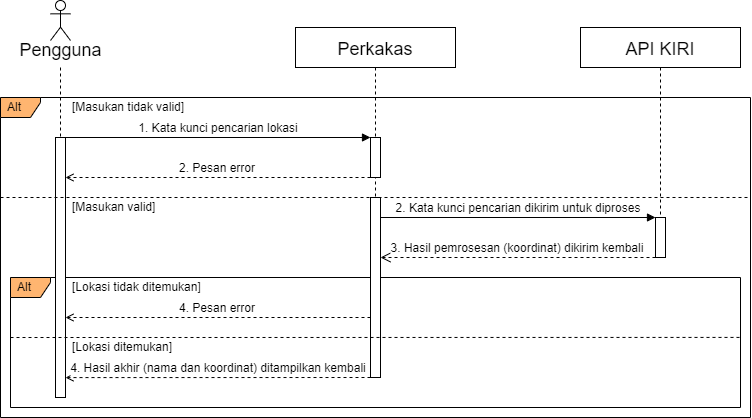
The draw.io diagram doc/DokumenSkripsi/Gambar/diagrams-sequence-searchplace.png in alfredapri/Skripsi, before a commit. Source tidied: cells renumbered, new cells last; positions are measured from the earlier drawing's top-left corner, leaving out a move shared by most shapes.
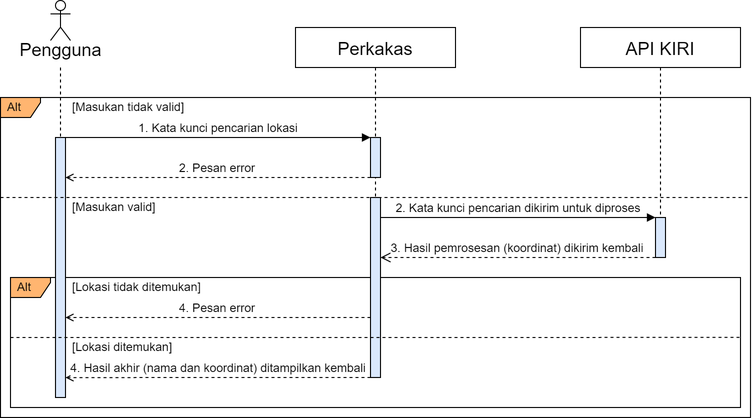
After the commit.

What changed in the source:
```diff
@@ -11,10 +11,10 @@
     <mxCell id="4" value="Perkakas" style="shape=umlLifeline;perimeter=lifelinePerimeter;rounded=0;shadow=0;strokeWidth=1;fontSize=18;verticalAlign=middle;" parent="1" vertex="1">
       <mxGeometry x="295" y="27" width="160" height="350" as="geometry" />
     </mxCell>
-    <mxCell id="5" style="perimeter=orthogonalPerimeter;rounded=0;shadow=0;strokeWidth=1;fillColor=default;" parent="4" vertex="1">
+    <mxCell id="5" style="perimeter=orthogonalPerimeter;rounded=0;shadow=0;strokeWidth=1;fillColor=#dae8fc;strokeColor=default;" parent="4" vertex="1">
       <mxGeometry x="75" y="170" width="10" height="180" as="geometry" />
     </mxCell>
-    <mxCell id="6" style="perimeter=orthogonalPerimeter;rounded=0;shadow=0;strokeWidth=1;fillColor=default;" parent="4" vertex="1">
+    <mxCell id="6" style="perimeter=orthogonalPerimeter;rounded=0;shadow=0;strokeWidth=1;fillColor=#dae8fc;strokeColor=default;" parent="4" vertex="1">
       <mxGeometry x="75" y="110" width="10" height="40" as="geometry" />
     </mxCell>
     <mxCell id="7" value="4. Hasil akhir (nama dan koordinat) ditampilkan kembali" style="verticalAlign=bottom;endArrow=open;shadow=0;strokeWidth=1;fontSize=12;endFill=0;dashed=1;exitX=0;exitY=1;exitDx=0;exitDy=0;exitPerimeter=0;fontStyle=0;entryX=1.002;entryY=0.917;entryDx=0;entryDy=0;entryPerimeter=0;" parent="4" edge="1">
@@ -32,7 +32,7 @@
     <mxCell id="9" value="API KIRI" style="shape=umlLifeline;perimeter=lifelinePerimeter;rounded=0;shadow=0;strokeWidth=1;fontSize=18;" parent="1" vertex="1">
       <mxGeometry x="580" y="27" width="160" height="230" as="geometry" />
     </mxCell>
-    <mxCell id="10" style="perimeter=orthogonalPerimeter;rounded=0;shadow=0;strokeWidth=1;" parent="9" vertex="1">
+    <mxCell id="10" style="perimeter=orthogonalPerimeter;rounded=0;shadow=0;strokeWidth=1;fillColor=#dae8fc;strokeColor=default;" parent="9" vertex="1">
       <mxGeometry x="75" y="190" width="10" height="40" as="geometry" />
     </mxCell>
     <mxCell id="11" value="2. Pesan error" style="verticalAlign=bottom;endArrow=open;shadow=0;strokeWidth=1;fontSize=12;endFill=0;dashed=1;entryX=0.999;entryY=0.125;entryDx=0;entryDy=0;entryPerimeter=0;fontStyle=0;" parent="1" edge="1">
@@ -49,7 +49,7 @@
     <mxCell id="13" value="&lt;font style=&quot;font-size: 18px;&quot;&gt;Pengguna&lt;/font&gt;" style="shape=umlActor;verticalLabelPosition=bottom;verticalAlign=top;html=1;spacing=-5;labelPosition=center;align=center;" parent="1" vertex="1">
       <mxGeometry x="50" width="20" height="40" as="geometry" />
     </mxCell>
-    <mxCell id="14" style="points=[];perimeter=orthogonalPerimeter;rounded=0;shadow=0;strokeWidth=1;" parent="1" vertex="1">
+    <mxCell id="14" style="points=[];perimeter=orthogonalPerimeter;rounded=0;shadow=0;strokeWidth=1;fillColor=#dae8fc;strokeColor=default;" parent="1" vertex="1">
       <mxGeometry x="55" y="137" width="10" height="260" as="geometry" />
     </mxCell>
     <mxCell id="15" value="1. Kata kunci pencarian lokasi" style="verticalAlign=bottom;startArrow=none;endArrow=block;startSize=8;shadow=0;strokeWidth=1;exitX=1;exitY=0;exitDx=0;exitDy=0;exitPerimeter=0;startFill=0;fontSize=12;entryX=0;entryY=-0.001;entryDx=0;entryDy=0;entryPerimeter=0;" parent="1" edge="1">
```
